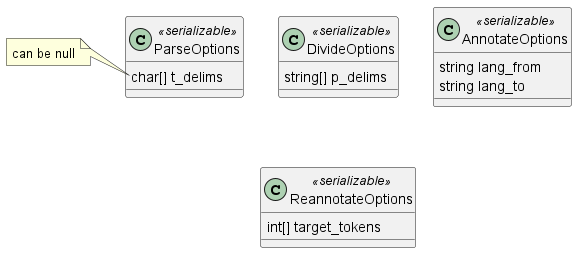
parkchamchi/GlossySnake keeps this PlantUML diagram as docs/design/images/class_req_options.png. Above is the earlier version. Source of this version:
```plantuml
@startuml

class DivideOptions <<serializable>> {
	string[] p_delims
}

class ParseOptions <<serializable>> {
	char[] t_delims
}
note left of ParseOptions::t_delims
	can be null
end note

class AnnotateOptions <<serializable>> {
	string lang_from
	string lang_to
}

class ReannotateOptions <<serializable>> {
	int[] target_tokens
}
@enduml
```
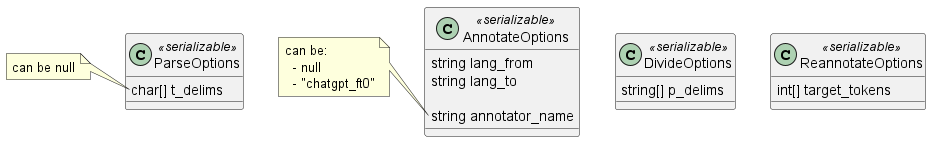
The same file after the commit.

Commit message:
using the chatgpt code of PoC

What changed in the source:
```diff
@@ -14,7 +14,14 @@
 class AnnotateOptions <<serializable>> {
 	string lang_from
 	string lang_to
+
+	string annotator_name
 }
+note left of AnnotateOptions::annotator_name
+	can be:
+	  - null
+	  - "chatgpt_ft0"
+end note
 
 class ReannotateOptions <<serializable>> {
 	int[] target_tokens
```
